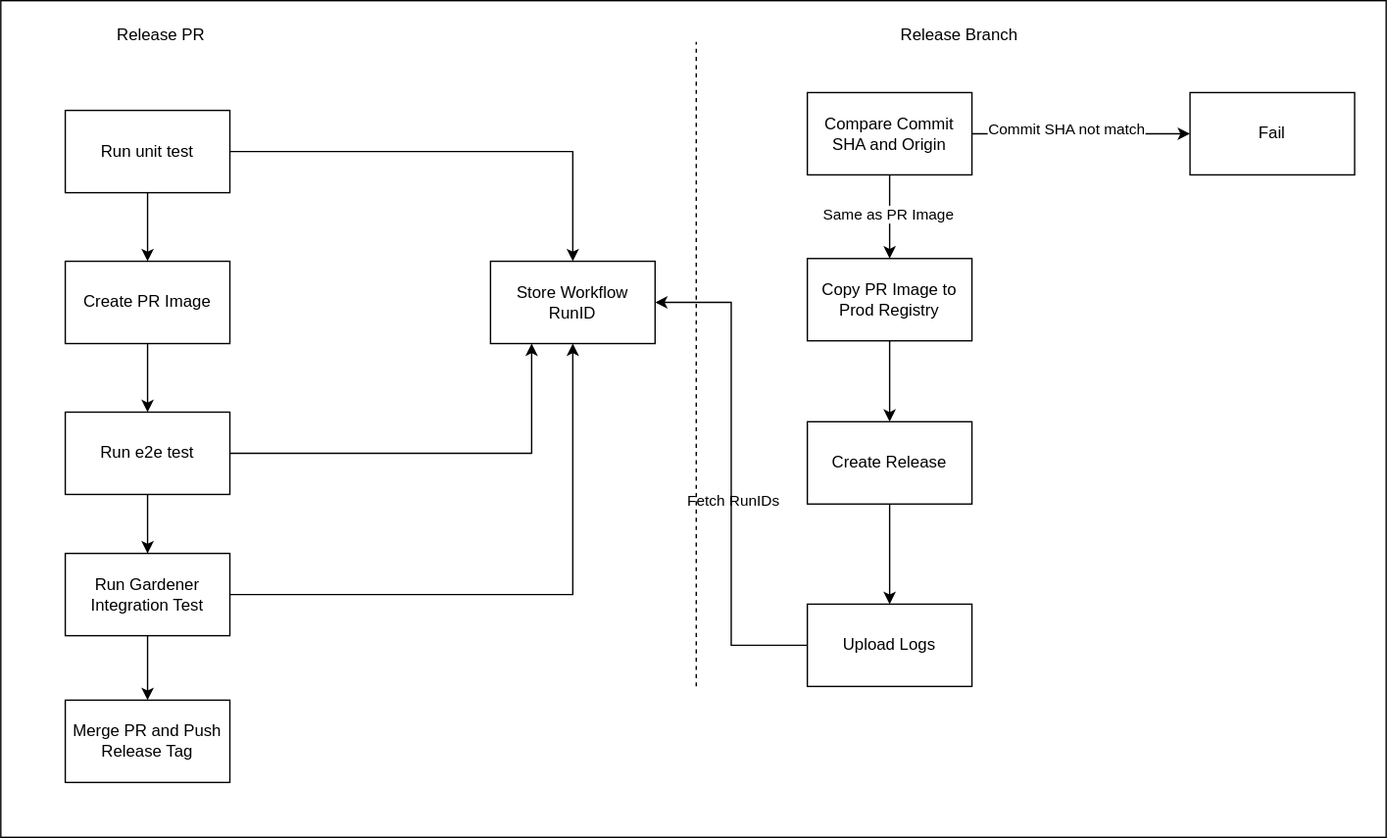
This is docs/contributor/assets/auditable-release-alternative.drawio.svg from kyma-project/telemetry-manager, a draw.io export, as it was before one commit. Source tidied: cells renumbered, new cells last; positions are measured from the earlier drawing's top-left corner, leaving out a move shared by most shapes.
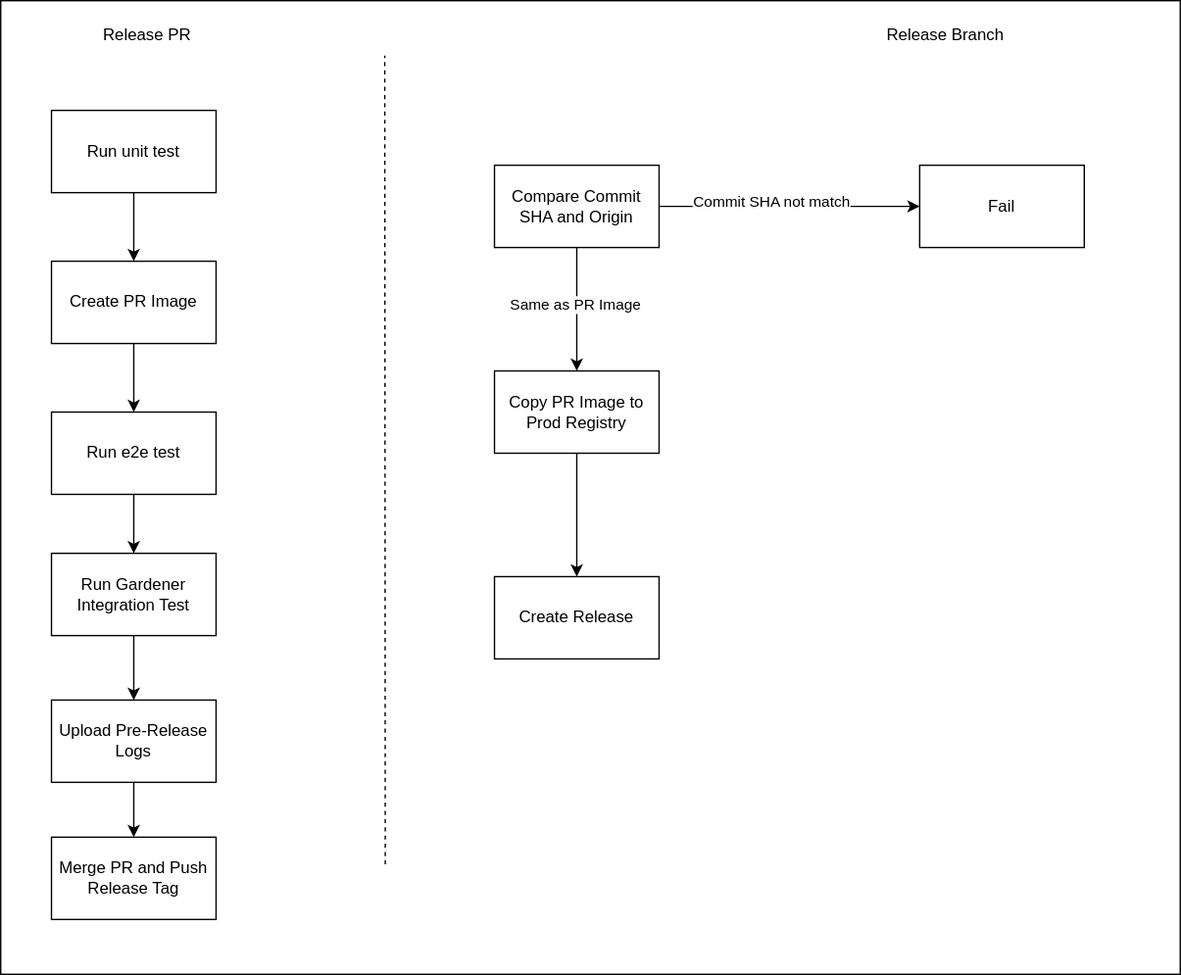
Later version of the same file.

Change to the diagram source:
```diff
@@ -3,7 +3,7 @@
     <mxCell id="0" />
     <mxCell id="1" parent="0" />
     <mxCell id="2" style="rounded=0;whiteSpace=wrap;html=1;labelBackgroundColor=none;fillStyle=hatch;" parent="1" vertex="1">
-      <mxGeometry width="1010" height="610" as="geometry" />
+      <mxGeometry x="10" width="860" height="710" as="geometry" />
     </mxCell>
     <mxCell id="3" style="edgeStyle=orthogonalEdgeStyle;rounded=0;jettySize=auto;html=1;exitX=0.5;exitY=1;exitDx=0;exitDy=0;entryX=0.5;entryY=0;entryDx=0;entryDy=0;labelBackgroundColor=none;fontColor=default;" parent="1" edge="1" source="4" target="7">
       <mxGeometry relative="1" as="geometry" />
@@ -11,9 +11,6 @@
     <mxCell id="4" value="Create PR Image" style="rounded=0;whiteSpace=wrap;html=1;labelBackgroundColor=none;" parent="1" vertex="1">
       <mxGeometry x="47" y="190" width="120" height="60" as="geometry" />
     </mxCell>
-    <mxCell id="5" style="edgeStyle=orthogonalEdgeStyle;rounded=0;jettySize=auto;html=1;exitX=1;exitY=0.5;exitDx=0;exitDy=0;entryX=0.25;entryY=1;entryDx=0;entryDy=0;labelBackgroundColor=none;fontColor=default;" parent="1" edge="1" source="7" target="22">
-      <mxGeometry relative="1" as="geometry" />
-    </mxCell>
     <mxCell id="6" style="edgeStyle=orthogonalEdgeStyle;rounded=0;jettySize=auto;html=1;exitX=0.5;exitY=1;exitDx=0;exitDy=0;labelBackgroundColor=none;fontColor=default;" parent="1" edge="1" source="7" target="25">
       <mxGeometry relative="1" as="geometry" />
     </mxCell>
@@ -23,9 +20,6 @@
     <mxCell id="8" style="edgeStyle=orthogonalEdgeStyle;rounded=0;jettySize=auto;html=1;exitX=0.5;exitY=1;exitDx=0;exitDy=0;entryX=0.5;entryY=0;entryDx=0;entryDy=0;labelBackgroundColor=none;fontColor=default;" parent="1" edge="1" source="10" target="4">
       <mxGeometry relative="1" as="geometry" />
     </mxCell>
-    <mxCell id="9" style="edgeStyle=orthogonalEdgeStyle;rounded=0;jettySize=auto;html=1;exitX=1;exitY=0.5;exitDx=0;exitDy=0;entryX=0.5;entryY=0;entryDx=0;entryDy=0;labelBackgroundColor=none;fontColor=default;" parent="1" edge="1" source="10" target="22">
-      <mxGeometry relative="1" as="geometry" />
-    </mxCell>
     <mxCell id="10" value="Run unit test" style="rounded=0;whiteSpace=wrap;html=1;labelBackgroundColor=none;" parent="1" vertex="1">
       <mxGeometry x="47" y="80" width="120" height="60" as="geometry" />
     </mxCell>
@@ -33,27 +27,20 @@
       <mxGeometry relative="1" as="geometry" />
     </mxCell>
     <mxCell id="12" value="Copy PR Image to Prod Registry" style="rounded=0;whiteSpace=wrap;html=1;labelBackgroundColor=none;" parent="1" vertex="1">
-      <mxGeometry x="588" y="188" width="120" height="60" as="geometry" />
+      <mxGeometry x="370" y="270" width="120" height="60" as="geometry" />
     </mxCell>
-    <mxCell id="13" style="edgeStyle=orthogonalEdgeStyle;rounded=0;jettySize=auto;html=1;exitX=0.5;exitY=1;exitDx=0;exitDy=0;entryX=0.5;entryY=0;entryDx=0;entryDy=0;labelBackgroundColor=none;fontColor=default;" parent="1" edge="1" source="14" target="17">
-      <mxGeometry relative="1" as="geometry" />
-    </mxCell>
     <mxCell id="14" value="Create Release" style="rounded=0;whiteSpace=wrap;html=1;labelBackgroundColor=none;" parent="1" vertex="1">
-      <mxGeometry x="588" y="307" width="120" height="60" as="geometry" />
+      <mxGeometry x="370" y="420" width="120" height="60" as="geometry" />
     </mxCell>
-    <mxCell id="15" style="edgeStyle=orthogonalEdgeStyle;rounded=0;jettySize=auto;html=1;exitX=0;exitY=0.5;exitDx=0;exitDy=0;entryX=1;entryY=0.5;entryDx=0;entryDy=0;labelBackgroundColor=none;fontColor=default;" parent="1" edge="1" source="17" target="22">
-      <mxGeometry relative="1" as="geometry" />
-    </mxCell>
-    <mxCell id="16" value="Fetch RunIDs" style="edgeLabel;html=1;align=center;verticalAlign=middle;labelBackgroundColor=none;" parent="15" vertex="1">
-      <mxGeometry x="-0.11" y="-1" relative="1" as="geometry" />
-    </mxCell>
+    <mxCell id="32" style="edgeStyle=orthogonalEdgeStyle;rounded=0;jettySize=auto;html=1;exitX=0.5;exitY=1;exitDx=0;exitDy=0;entryX=0.5;entryY=0;entryDx=0;entryDy=0;" parent="1" edge="1" source="17" target="21">
+      <mxGeometry relative="1" as="geometry" />
+    </mxCell>
-    <mxCell id="17" value="Upload Logs" style="rounded=0;whiteSpace=wrap;html=1;labelBackgroundColor=none;" parent="1" vertex="1">
-      <mxGeometry x="588" y="440" width="120" height="60" as="geometry" />
+    <mxCell id="17" value="Upload Pre-Release Logs" style="rounded=0;whiteSpace=wrap;html=1;labelBackgroundColor=none;" parent="1" vertex="1">
+      <mxGeometry x="47" y="510" width="120" height="60" as="geometry" />
     </mxCell>
-    <mxCell id="18" style="endArrow=none;dashed=1;html=1;rounded=0;labelBackgroundColor=none;fontColor=default;" parent="1" edge="1">
+    <mxCell id="18" style="endArrow=none;dashed=1;html=1;rounded=0;labelBackgroundColor=none;fontColor=default;exitX=0.326;exitY=0.887;exitDx=0;exitDy=0;exitPerimeter=0;" parent="1" edge="1" source="2">
       <mxGeometry relative="1" as="geometry">
-        <mxPoint x="507" y="500" as="sourcePoint" />
-        <mxPoint x="507" y="30" as="targetPoint" />
+        <mxPoint x="290" y="40" as="targetPoint" />
       </mxGeometry>
     </mxCell>
     <mxCell id="19" value="Release PR" style="text;html=1;align=center;verticalAlign=middle;whiteSpace=wrap;rounded=0;labelBackgroundColor=none;" parent="1" vertex="1">
@@ -63,17 +50,11 @@
       <mxGeometry x="649" y="10" width="100" height="30" as="geometry" />
     </mxCell>
     <mxCell id="21" value="Merge PR and Push Release Tag" style="rounded=0;whiteSpace=wrap;html=1;labelBackgroundColor=none;" parent="1" vertex="1">
-      <mxGeometry x="47" y="510" width="120" height="60" as="geometry" />
+      <mxGeometry x="47" y="610" width="120" height="60" as="geometry" />
     </mxCell>
-    <mxCell id="22" value="Store Workflow RunID" style="rounded=0;whiteSpace=wrap;html=1;labelBackgroundColor=none;" parent="1" vertex="1">
-      <mxGeometry x="357" y="190" width="120" height="60" as="geometry" />
-    </mxCell>
-    <mxCell id="23" style="edgeStyle=orthogonalEdgeStyle;rounded=0;jettySize=auto;html=1;exitX=0.5;exitY=1;exitDx=0;exitDy=0;entryX=0.5;entryY=0;entryDx=0;entryDy=0;labelBackgroundColor=none;fontColor=default;" parent="1" edge="1" source="25" target="21">
-      <mxGeometry relative="1" as="geometry" />
-    </mxCell>
-    <mxCell id="24" style="edgeStyle=orthogonalEdgeStyle;rounded=0;jettySize=auto;html=1;exitX=1;exitY=0.5;exitDx=0;exitDy=0;entryX=0.5;entryY=1;entryDx=0;entryDy=0;labelBackgroundColor=none;fontColor=default;" parent="1" edge="1" source="25" target="22">
-      <mxGeometry relative="1" as="geometry" />
-    </mxCell>
+    <mxCell id="33" style="edgeStyle=orthogonalEdgeStyle;rounded=0;jettySize=auto;html=1;exitX=0.5;exitY=1;exitDx=0;exitDy=0;entryX=0.5;entryY=0;entryDx=0;entryDy=0;" parent="1" edge="1" source="25" target="17">
+      <mxGeometry relative="1" as="geometry" />
+    </mxCell>
     <mxCell id="25" value="Run Gardener Integration Test" style="rounded=0;whiteSpace=wrap;html=1;labelBackgroundColor=none;" parent="1" vertex="1">
       <mxGeometry x="47" y="403" width="120" height="60" as="geometry" />
     </mxCell>
@@ -90,10 +71,10 @@
       <mxGeometry x="-0.14" y="4" relative="1" as="geometry" />
     </mxCell>
     <mxCell id="30" value="Compare Commit SHA and Origin" style="rounded=0;whiteSpace=wrap;html=1;" parent="1" vertex="1">
-      <mxGeometry x="588" y="67" width="120" height="60" as="geometry" />
+      <mxGeometry x="370" y="120" width="120" height="60" as="geometry" />
     </mxCell>
     <mxCell id="31" value="Fail" style="rounded=0;whiteSpace=wrap;html=1;" parent="1" vertex="1">
-      <mxGeometry x="867" y="67" width="120" height="60" as="geometry" />
+      <mxGeometry x="680" y="120" width="120" height="60" as="geometry" />
     </mxCell>
   </root>
 </mxGraphModel>
```
